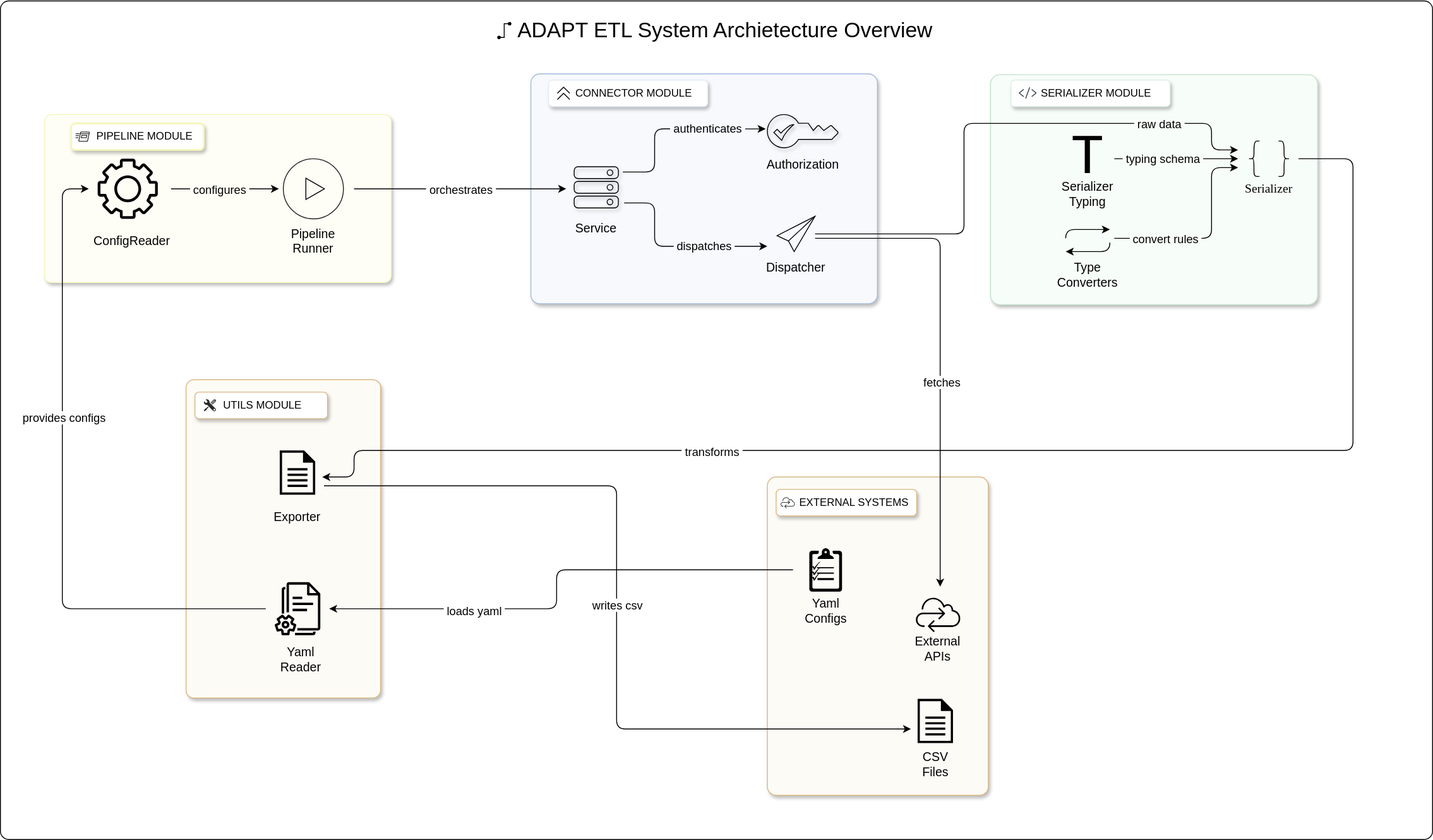
Above: docs/assets/images/diagrams/system_overview.svg in karthick-jaganathan/ADaPT-ETL (draw.io), before the change. Source tidied: cells renumbered, new cells last; positions are measured from the earlier drawing's top-left corner, leaving out a move shared by most shapes.
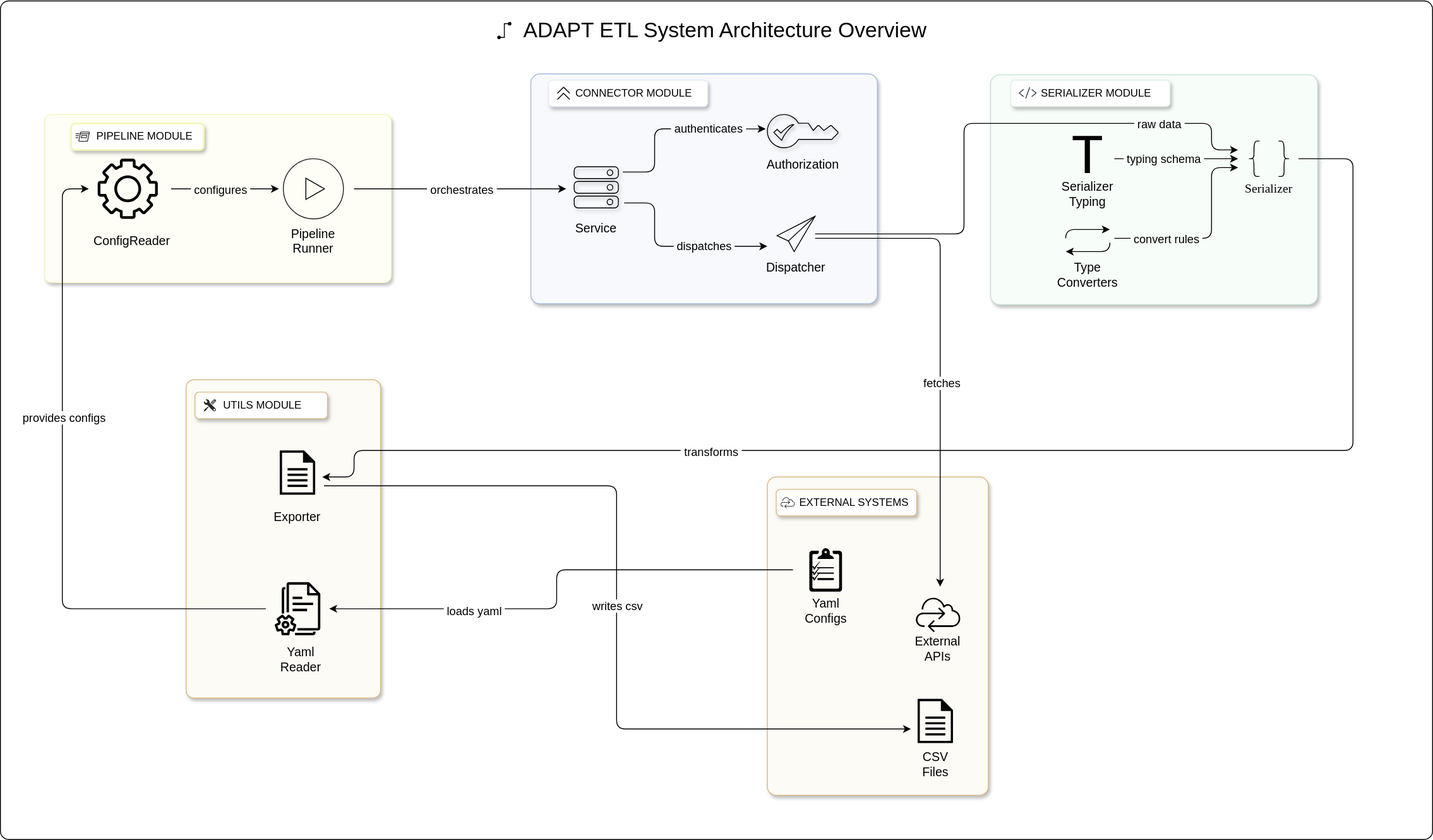
After the commit.

Commit message:
Enhancing Diagrams

Change to the diagram source:
```diff
@@ -329,7 +329,7 @@
     <mxCell id="81" value="&amp;nbsp;loads yaml&amp;nbsp;" style="edgeLabel;html=1;align=center;verticalAlign=middle;fontSize=13;" parent="80" vertex="1">
       <mxGeometry x="0.42" y="2" relative="1" as="geometry" />
     </mxCell>
-    <mxCell id="82" value="ADAPT ETL System Archietecture Overview" style="text;html=1;align=center;verticalAlign=middle;whiteSpace=wrap;rounded=0;fontSize=24;fillColor=default;fontStyle=0;" parent="1" vertex="1">
+    <mxCell id="82" value="ADAPT ETL System Architecture Overview" style="text;html=1;align=center;verticalAlign=middle;whiteSpace=wrap;rounded=0;fontSize=24;fillColor=default;fontStyle=0;" parent="1" vertex="1">
       <mxGeometry x="535" y="19" width="570" height="30" as="geometry" />
     </mxCell>
     <mxCell id="83" style="endArrow=oval;html=1;rounded=0;endSize=3;startSize=3;startFill=1;endFill=1;edgeStyle=elbowEdgeStyle;strokeColor=default;startArrow=oval;strokeWidth=1;" parent="1" edge="1">
```
